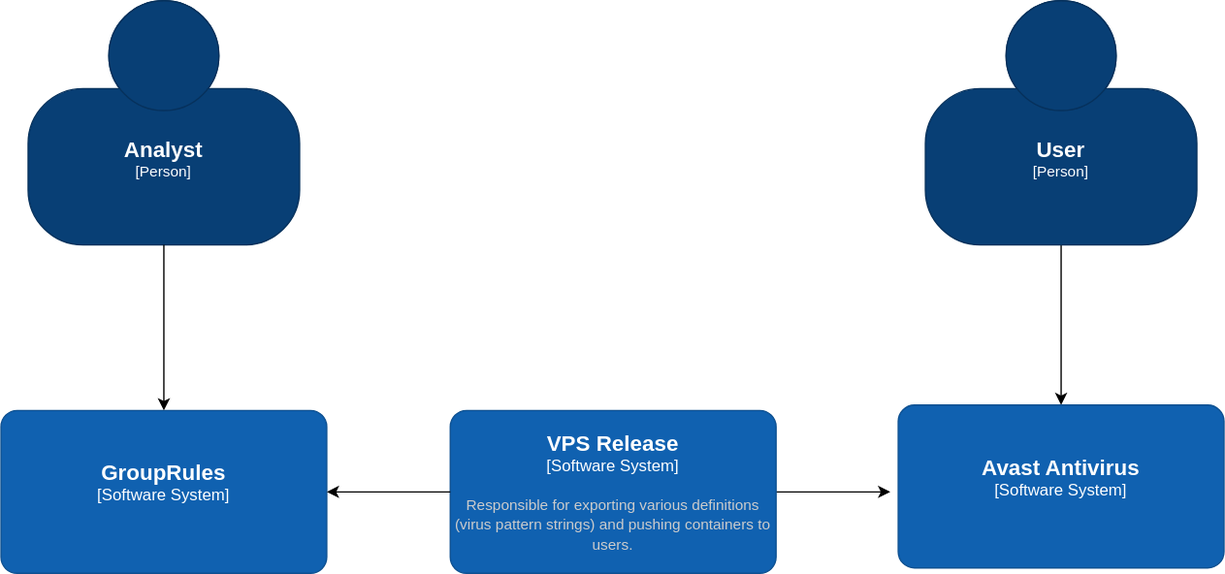
Above: gr.drawio.svg in obonovai/drawio-diagrams (draw.io), before the change. Source tidied: cells renumbered, new cells last; positions are measured from the earlier drawing's top-left corner, leaving out a move shared by most shapes.
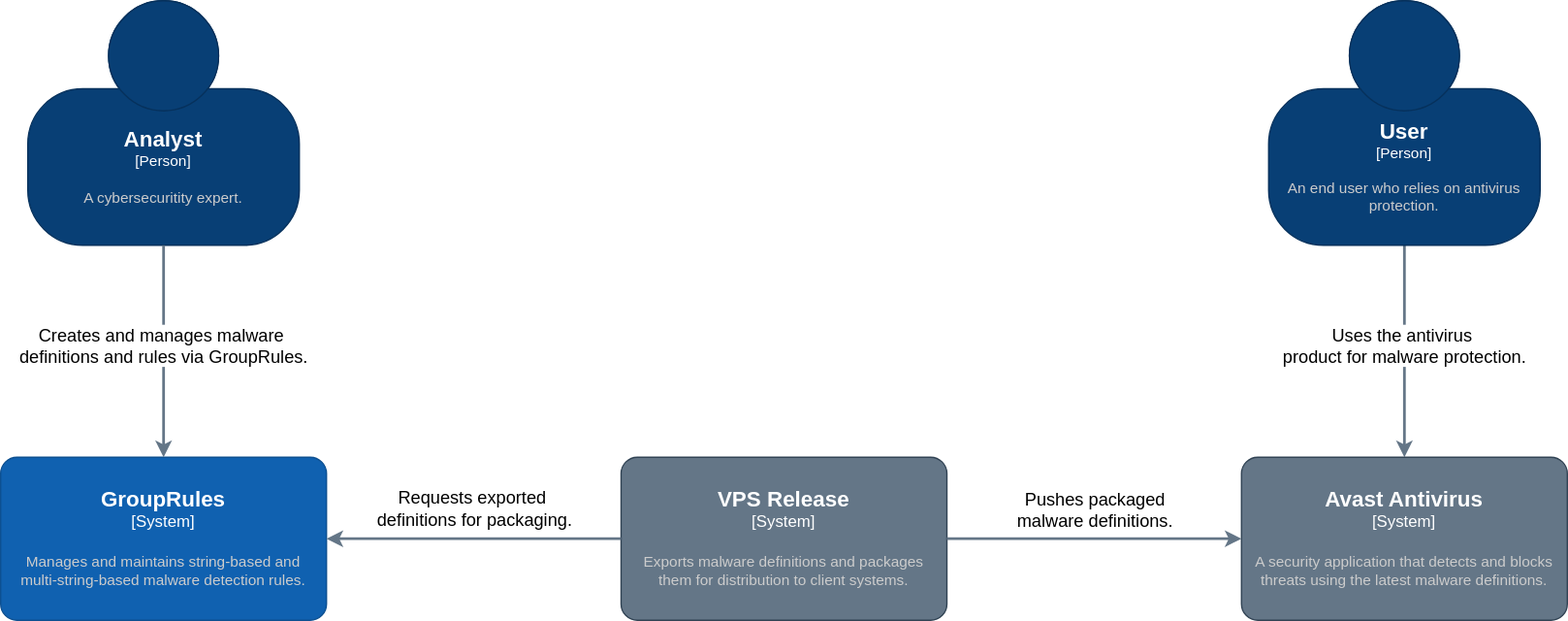
The same diagram one commit later.

The edit, as a diff of the source:
```diff
@@ -2,44 +2,62 @@
   <root>
     <mxCell id="0" />
     <mxCell id="1" parent="0" />
-    <object id="2" label="&lt;font style=&quot;font-size: 16px&quot;&gt;&lt;b&gt;%c4Name%&lt;/b&gt;&lt;/font&gt;&lt;div&gt;[%c4Type%]&lt;/div&gt;&lt;br&gt;&lt;div&gt;&lt;font style=&quot;font-size: 11px&quot;&gt;&lt;font color=&quot;#cccccc&quot;&gt;%c4Description%&lt;/font&gt;&lt;/div&gt;" c4Description="" c4Name="Analyst" c4Type="Person" placeholders="1">
+    <object id="2" label="&lt;font style=&quot;font-size: 16px&quot;&gt;&lt;b&gt;%c4Name%&lt;/b&gt;&lt;/font&gt;&lt;div&gt;[%c4Type%]&lt;/div&gt;&lt;br&gt;&lt;div&gt;&lt;font style=&quot;font-size: 11px&quot;&gt;&lt;font color=&quot;#cccccc&quot;&gt;%c4Description%&lt;/font&gt;&lt;/div&gt;" c4Description="A cybersecuritity expert." c4Name="Analyst" c4Type="Person" placeholders="1">
       <mxCell style="html=1;fontSize=11;dashed=0;whiteSpace=wrap;fillColor=#083F75;strokeColor=#06315C;fontColor=#ffffff;shape=mxgraph.c4.person2;align=center;points=[[0.5,0,0],[1,0.5,0],[1,0.75,0],[0.75,1,0],[0.5,1,0],[0.25,1,0],[0,0.75,0],[0,0.5,0]];" parent="1" vertex="1">
-        <mxGeometry x="20" width="200" height="180" as="geometry" />
+        <mxGeometry x="20" y="-34" width="200" height="180" as="geometry" />
       </mxCell>
     </object>
-    <mxCell id="3" style="edgeStyle=orthogonalEdgeStyle;rounded=0;jettySize=auto;html=1;" parent="1" edge="1" source="4" target="5">
+    <mxCell id="3" style="edgeStyle=orthogonalEdgeStyle;rounded=0;jettySize=auto;html=1;strokeWidth=2;strokeColor=#647687;" parent="1" edge="1" source="4" target="5">
       <mxGeometry relative="1" as="geometry" />
     </mxCell>
+    <mxCell id="11" value="Uses the antivirus&amp;nbsp;&lt;div&gt;product for malware protection.&lt;/div&gt;" style="edgeLabel;html=1;align=center;verticalAlign=middle;fontSize=13;" parent="3" vertex="1">
+      <mxGeometry x="-0.24" y="2" relative="1" as="geometry">
+        <mxPoint x="-2" y="14" as="offset" />
+      </mxGeometry>
+    </mxCell>
-    <object id="4" label="&lt;font style=&quot;font-size: 16px&quot;&gt;&lt;b&gt;%c4Name%&lt;/b&gt;&lt;/font&gt;&lt;div&gt;[%c4Type%]&lt;/div&gt;&lt;br&gt;&lt;div&gt;&lt;font style=&quot;font-size: 11px&quot;&gt;&lt;font color=&quot;#cccccc&quot;&gt;%c4Description%&lt;/font&gt;&lt;/div&gt;" c4Description="" c4Name="User" c4Type="Person" placeholders="1">
+    <object id="4" label="&lt;font style=&quot;font-size: 16px&quot;&gt;&lt;b&gt;%c4Name%&lt;/b&gt;&lt;/font&gt;&lt;div&gt;[%c4Type%]&lt;/div&gt;&lt;br&gt;&lt;div&gt;&lt;font style=&quot;font-size: 11px&quot;&gt;&lt;font color=&quot;#cccccc&quot;&gt;%c4Description%&lt;/font&gt;&lt;/div&gt;" c4Description="An end user who relies on antivirus protection." c4Name="User" c4Type="Person" placeholders="1">
       <mxCell style="html=1;fontSize=11;dashed=0;whiteSpace=wrap;fillColor=#083F75;strokeColor=#06315C;fontColor=#ffffff;shape=mxgraph.c4.person2;align=center;points=[[0.5,0,0],[1,0.5,0],[1,0.75,0],[0.75,1,0],[0.5,1,0],[0.25,1,0],[0,0.75,0],[0,0.5,0]];" parent="1" vertex="1">
-        <mxGeometry x="681" width="200" height="180" as="geometry" />
+        <mxGeometry x="934" y="-34" width="200" height="180" as="geometry" />
       </mxCell>
     </object>
-    <object id="5" label="&lt;font style=&quot;font-size: 16px&quot;&gt;&lt;b&gt;%c4Name%&lt;/b&gt;&lt;/font&gt;&lt;div&gt;[%c4Type%]&lt;/div&gt;&lt;br&gt;&lt;div&gt;&lt;font style=&quot;font-size: 11px&quot;&gt;&lt;font color=&quot;#cccccc&quot;&gt;%c4Description%&lt;/font&gt;&lt;/div&gt;" c4Description="" c4Name="Avast Antivirus" c4Type="Software System" placeholders="1">
-      <mxCell style="rounded=1;whiteSpace=wrap;html=1;labelBackgroundColor=none;fillColor=#1061B0;fontColor=#ffffff;align=center;arcSize=10;strokeColor=#0D5091;points=[[0.25,0,0],[0.5,0,0],[0.75,0,0],[1,0.25,0],[1,0.5,0],[1,0.75,0],[0.75,1,0],[0.5,1,0],[0.25,1,0],[0,0.75,0],[0,0.5,0],[0,0.25,0]];glass=0;shadow=0;perimeter=rhombusPerimeter;" parent="1" vertex="1">
-        <mxGeometry x="661" y="298" width="240" height="120" as="geometry" />
+    <object id="5" label="&lt;font style=&quot;font-size: 16px&quot;&gt;&lt;b&gt;%c4Name%&lt;/b&gt;&lt;/font&gt;&lt;div&gt;[%c4Type%]&lt;/div&gt;&lt;br&gt;&lt;div&gt;&lt;font style=&quot;font-size: 11px&quot;&gt;&lt;font color=&quot;#cccccc&quot;&gt;%c4Description%&lt;/font&gt;&lt;/div&gt;" c4Description="A security application that detects and blocks threats using the latest malware definitions." c4Name="Avast Antivirus" c4Type="System" placeholders="1">
+      <mxCell style="rounded=1;whiteSpace=wrap;html=1;labelBackgroundColor=none;fillColor=#647687;fontColor=#ffffff;align=center;arcSize=10;strokeColor=#314354;points=[[0.25,0,0],[0.5,0,0],[0.75,0,0],[1,0.25,0],[1,0.5,0],[1,0.75,0],[0.75,1,0],[0.5,1,0],[0.25,1,0],[0,0.75,0],[0,0.5,0],[0,0.25,0]];glass=0;shadow=0;perimeter=rhombusPerimeter;" parent="1" vertex="1">
+        <mxGeometry x="914" y="302" width="240" height="120" as="geometry" />
       </mxCell>
     </object>
-    <object id="6" label="&lt;font style=&quot;font-size: 16px&quot;&gt;&lt;b&gt;%c4Name%&lt;/b&gt;&lt;/font&gt;&lt;div&gt;[%c4Type%]&lt;/div&gt;&lt;br&gt;&lt;div&gt;&lt;font style=&quot;font-size: 11px&quot;&gt;&lt;font color=&quot;#cccccc&quot;&gt;%c4Description%&lt;/font&gt;&lt;/div&gt;" c4Description="" c4Name="GroupRules" c4Type="Software System" placeholders="1">
+    <object id="6" label="&lt;font style=&quot;font-size: 16px&quot;&gt;&lt;b&gt;%c4Name%&lt;/b&gt;&lt;/font&gt;&lt;div&gt;[%c4Type%]&lt;/div&gt;&lt;br&gt;&lt;div&gt;&lt;font style=&quot;font-size: 11px&quot;&gt;&lt;font color=&quot;#cccccc&quot;&gt;%c4Description%&lt;/font&gt;&lt;/div&gt;" c4Description="Manages and maintains string-based and&#10;multi-string-based malware detection rules." c4Name="GroupRules" c4Type="System" placeholders="1">
       <mxCell style="rounded=1;whiteSpace=wrap;html=1;labelBackgroundColor=none;fillColor=#1061B0;fontColor=#ffffff;align=center;arcSize=10;strokeColor=#0D5091;points=[[0.25,0,0],[0.5,0,0],[0.75,0,0],[1,0.25,0],[1,0.5,0],[1,0.75,0],[0.75,1,0],[0.5,1,0],[0.25,1,0],[0,0.75,0],[0,0.5,0],[0,0.25,0]];glass=0;shadow=0;perimeter=rhombusPerimeter;" parent="1" vertex="1">
         <mxGeometry y="302" width="240" height="120" as="geometry" />
       </mxCell>
     </object>
-    <mxCell id="7" style="edgeStyle=orthogonalEdgeStyle;rounded=0;jettySize=auto;html=1;" parent="1" edge="1" source="8">
-      <mxGeometry relative="1" as="geometry">
-        <mxPoint x="655.1" y="362" as="targetPoint" />
-      </mxGeometry>
-    </mxCell>
-    <object id="8" label="&lt;font style=&quot;font-size: 16px&quot;&gt;&lt;b&gt;%c4Name%&lt;/b&gt;&lt;/font&gt;&lt;div&gt;[%c4Type%]&lt;/div&gt;&lt;br&gt;&lt;div&gt;&lt;font style=&quot;font-size: 11px&quot;&gt;&lt;font color=&quot;#cccccc&quot;&gt;%c4Description%&lt;/font&gt;&lt;/div&gt;" c4Description="Responsible for exporting various definitions (virus pattern strings) and pushing containers to users." c4Name="VPS Release" c4Type="Software System" placeholders="1">
-      <mxCell style="rounded=1;whiteSpace=wrap;html=1;labelBackgroundColor=none;fillColor=#1061B0;fontColor=#ffffff;align=center;arcSize=10;strokeColor=#0D5091;points=[[0.25,0,0],[0.5,0,0],[0.75,0,0],[1,0.25,0],[1,0.5,0],[1,0.75,0],[0.75,1,0],[0.5,1,0],[0.25,1,0],[0,0.75,0],[0,0.5,0],[0,0.25,0]];glass=0;shadow=0;perimeter=rhombusPerimeter;" parent="1" vertex="1">
-        <mxGeometry x="331" y="302" width="240" height="120" as="geometry" />
+    <object id="8" label="&lt;font style=&quot;font-size: 16px&quot;&gt;&lt;b&gt;%c4Name%&lt;/b&gt;&lt;/font&gt;&lt;div&gt;[%c4Type%]&lt;/div&gt;&lt;br&gt;&lt;div&gt;&lt;font style=&quot;font-size: 11px&quot;&gt;&lt;font color=&quot;#cccccc&quot;&gt;%c4Description%&lt;/font&gt;&lt;/div&gt;" c4Description="Exports malware definitions and packages&#10;them for distribution to client systems." c4Name="VPS Release" c4Type="System" placeholders="1">
+      <mxCell style="rounded=1;whiteSpace=wrap;html=1;labelBackgroundColor=none;fillColor=#647687;fontColor=#ffffff;align=center;arcSize=10;strokeColor=#314354;points=[[0.25,0,0],[0.5,0,0],[0.75,0,0],[1,0.25,0],[1,0.5,0],[1,0.75,0],[0.75,1,0],[0.5,1,0],[0.25,1,0],[0,0.75,0],[0,0.5,0],[0,0.25,0]];glass=0;shadow=0;perimeter=rhombusPerimeter;" parent="1" vertex="1">
+        <mxGeometry x="457" y="302" width="240" height="120" as="geometry" />
       </mxCell>
     </object>
-    <mxCell id="9" style="edgeStyle=orthogonalEdgeStyle;rounded=0;jettySize=auto;html=1;entryX=0.5;entryY=0;entryDx=0;entryDy=0;entryPerimeter=0;" parent="1" edge="1" source="2" target="6">
+    <mxCell id="9" style="edgeStyle=orthogonalEdgeStyle;rounded=0;jettySize=auto;html=1;entryX=0.5;entryY=0;entryDx=0;entryDy=0;entryPerimeter=0;strokeWidth=2;strokeColor=#647687;" parent="1" edge="1" source="2" target="6">
       <mxGeometry relative="1" as="geometry" />
     </mxCell>
+    <mxCell id="12" value="&lt;span style=&quot;font-size: 13px;&quot;&gt;Creates and manages malware&amp;nbsp;&lt;/span&gt;&lt;div&gt;&lt;span style=&quot;color: light-dark(rgb(0, 0, 0), rgb(255, 255, 255)); font-size: 13px;&quot;&gt;definitions and rules via GroupRules.&lt;/span&gt;&lt;/div&gt;" style="edgeLabel;html=1;align=center;verticalAlign=middle;" parent="9" vertex="1">
+      <mxGeometry x="-0.12" y="1" relative="1" as="geometry">
+        <mxPoint x="-1" y="4" as="offset" />
+      </mxGeometry>
+    </mxCell>
-    <mxCell id="10" style="edgeStyle=orthogonalEdgeStyle;rounded=0;jettySize=auto;html=1;entryX=1;entryY=0.5;entryDx=0;entryDy=0;entryPerimeter=0;" parent="1" edge="1" source="8" target="6">
+    <mxCell id="10" style="edgeStyle=orthogonalEdgeStyle;rounded=0;jettySize=auto;html=1;entryX=1;entryY=0.5;entryDx=0;entryDy=0;entryPerimeter=0;strokeWidth=2;strokeColor=#647687;" parent="1" edge="1" source="8" target="6">
       <mxGeometry relative="1" as="geometry" />
     </mxCell>
+    <mxCell id="13" value="Requests exported&amp;nbsp;&lt;div&gt;definitions for packaging.&lt;/div&gt;" style="edgeLabel;html=1;align=center;verticalAlign=middle;fontSize=13;" parent="10" vertex="1">
+      <mxGeometry x="-0.24" y="-2" relative="1" as="geometry">
+        <mxPoint x="-27" y="-20" as="offset" />
+      </mxGeometry>
+    </mxCell>
+    <mxCell id="14" style="edgeStyle=orthogonalEdgeStyle;rounded=0;jettySize=auto;html=1;entryX=0;entryY=0.5;entryDx=0;entryDy=0;entryPerimeter=0;strokeWidth=2;strokeColor=#647687;" parent="1" edge="1" source="8" target="5">
+      <mxGeometry relative="1" as="geometry" />
+    </mxCell>
+    <mxCell id="15" value="Pushes packaged&lt;div&gt;malware definitions.&lt;/div&gt;" style="edgeLabel;html=1;align=center;verticalAlign=middle;fontSize=13;" parent="14" vertex="1">
+      <mxGeometry x="-0.25" y="2" relative="1" as="geometry">
+        <mxPoint x="27" y="-19" as="offset" />
+      </mxGeometry>
+    </mxCell>
   </root>
 </mxGraphModel>
```
